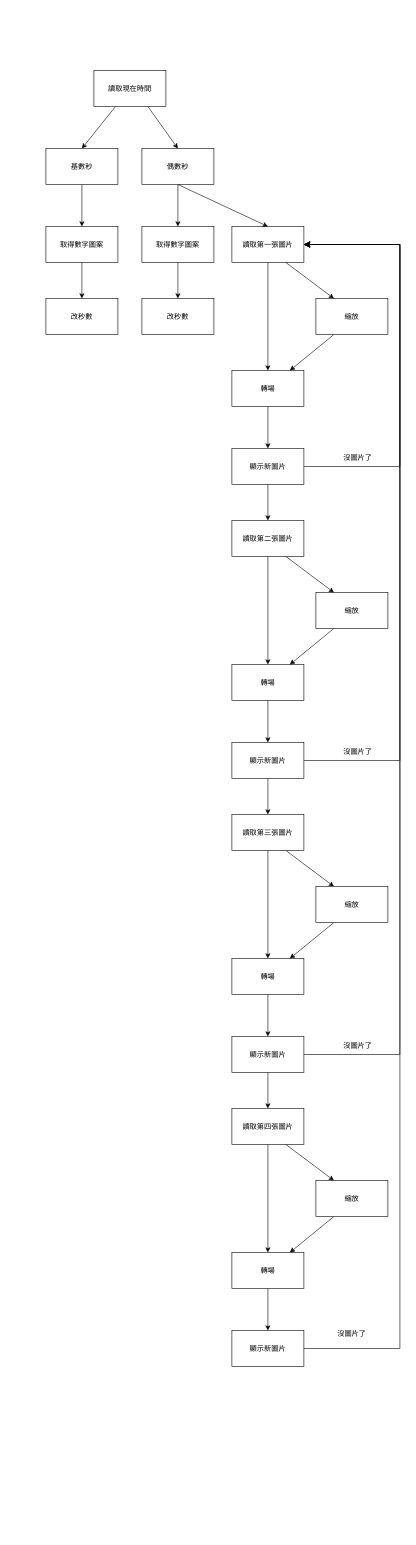
The draw.io diagram project3/flow_chart.drawio in guanyu0108/SOC, before the edit. Source tidied: cells renumbered, new cells numbered last; positions are measured from the earlier drawing's top-left corner, leaving out a move shared by most shapes. Both pictures are drawn from the tidied source at 60%, with x=0, y=0 at pixel (46, 70).
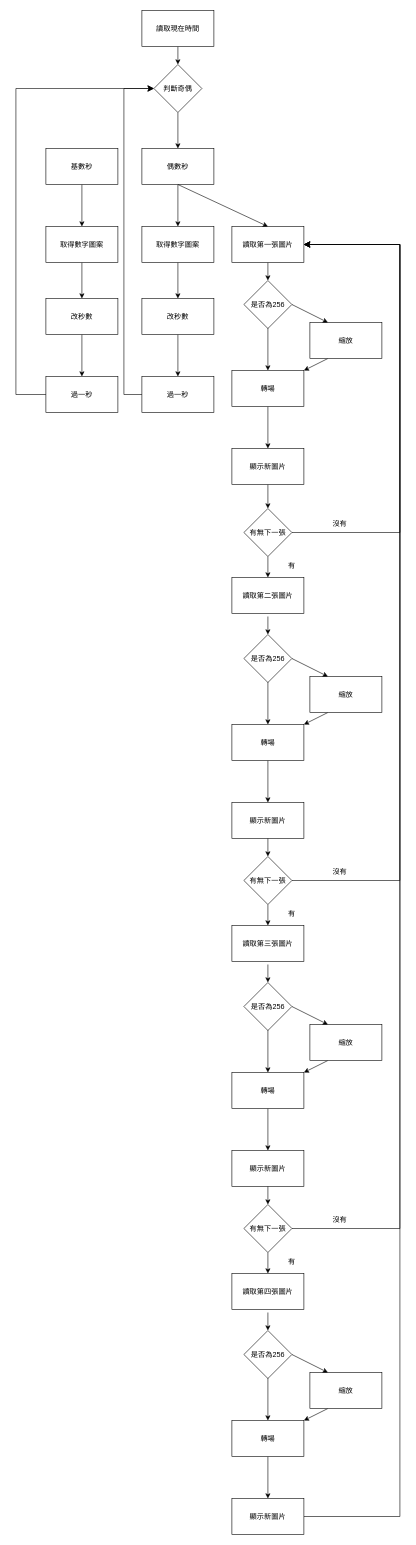
The same page after the edit.

Commit message:
flow chart

Unchanged cells that the change refers to:
```xml
<mxCell id="5" value="基數秒" style="rounded=0;whiteSpace=wrap;html=1;" parent="1" vertex="1">
  <mxGeometry y="130" width="120" height="60" as="geometry" />
</mxCell>
<mxCell id="9" value="偶數秒" style="rounded=0;whiteSpace=wrap;html=1;" parent="1" vertex="1">
  <mxGeometry x="160" y="130" width="120" height="60" as="geometry" />
</mxCell>
<mxCell id="11" value="改秒數" style="rounded=0;whiteSpace=wrap;html=1;" parent="1" vertex="1">
  <mxGeometry y="380" width="120" height="60" as="geometry" />
</mxCell>
<mxCell id="13" value="讀取第一張圖片" style="rounded=0;whiteSpace=wrap;html=1;" parent="1" vertex="1">
  <mxGeometry x="310" y="260" width="120" height="60" as="geometry" />
</mxCell>
<mxCell id="16" value="改秒數" style="rounded=0;whiteSpace=wrap;html=1;" parent="1" vertex="1">
  <mxGeometry x="160" y="380" width="120" height="60" as="geometry" />
</mxCell>
<mxCell id="19" value="轉場" style="rounded=0;whiteSpace=wrap;html=1;" parent="1" vertex="1">
  <mxGeometry x="310" y="500" width="120" height="60" as="geometry" />
</mxCell>
<mxCell id="24" value="顯示新圖片" style="rounded=0;whiteSpace=wrap;html=1;" parent="1" vertex="1">
  <mxGeometry x="310" y="630" width="120" height="60" as="geometry" />
</mxCell>
```

The edit, as a diff of the source:
```diff
@@
-    <mxCell id="2" style="edgeStyle=none;html=1;entryX=0.5;entryY=0;entryDx=0;entryDy=0;" parent="1" edge="1" source="3" target="5">
-      <mxGeometry relative="1" as="geometry" />
-    </mxCell>
+    <mxCell id="59" style="edgeStyle=none;html=1;" parent="1" edge="1" source="3" target="106">
+      <mxGeometry relative="1" as="geometry" />
+    </mxCell>
     <mxCell id="3" value="讀取現在時間" style="rounded=0;whiteSpace=wrap;html=1;" parent="1" vertex="1">
-      <mxGeometry x="80" width="120" height="60" as="geometry" />
+      <mxGeometry x="160" y="-100" width="120" height="60" as="geometry" />
     </mxCell>
@@
-    <mxCell id="10" style="edgeStyle=none;html=1;entryX=0.5;entryY=0;entryDx=0;entryDy=0;exitX=0.75;exitY=1;exitDx=0;exitDy=0;" parent="1" edge="1" source="3" target="9">
-      <mxGeometry relative="1" as="geometry" />
-    </mxCell>
+    <mxCell id="60" style="edgeStyle=none;html=1;" parent="1" edge="1" source="11" target="107">
+      <mxGeometry relative="1" as="geometry" />
+    </mxCell>
@@
-    <mxCell id="12" style="edgeStyle=none;html=1;" parent="1" edge="1" source="13" target="19">
-      <mxGeometry relative="1" as="geometry" />
+    <mxCell id="12" style="edgeStyle=none;html=1;" parent="1" edge="1" target="19">
+      <mxGeometry relative="1" as="geometry">
+        <mxPoint x="370" y="410" as="sourcePoint" />
+      </mxGeometry>
     </mxCell>
+    <mxCell id="61" style="edgeStyle=none;html=1;" parent="1" edge="1" source="13" target="67">
+      <mxGeometry relative="1" as="geometry" />
+    </mxCell>
@@
+    <mxCell id="62" style="edgeStyle=none;html=1;" parent="1" edge="1" source="16" target="108">
+      <mxGeometry relative="1" as="geometry" />
+    </mxCell>
@@
     <mxCell id="21" value="縮放" style="rounded=0;whiteSpace=wrap;html=1;" parent="1" vertex="1">
-      <mxGeometry x="450" y="380" width="120" height="60" as="geometry" />
+      <mxGeometry x="440" y="420" width="120" height="60" as="geometry" />
     </mxCell>
-    <mxCell id="22" style="edgeStyle=none;html=1;entryX=0.25;entryY=0;entryDx=0;entryDy=0;exitX=0.75;exitY=1;exitDx=0;exitDy=0;" parent="1" edge="1" source="13" target="21">
+    <mxCell id="22" style="edgeStyle=none;html=1;entryX=0.25;entryY=0;entryDx=0;entryDy=0;exitX=1;exitY=0.5;exitDx=0;exitDy=0;" parent="1" edge="1" source="67" target="21">
       <mxGeometry relative="1" as="geometry" />
     </mxCell>
-    <mxCell id="23" style="edgeStyle=none;html=1;" parent="1" edge="1" source="24" target="26">
+    <mxCell id="23" style="edgeStyle=none;html=1;entryX=0.5;entryY=0;entryDx=0;entryDy=0;" parent="1" edge="1" source="24" target="64">
       <mxGeometry relative="1" as="geometry" />
     </mxCell>
@@
-    <mxCell id="25" style="edgeStyle=none;html=1;" parent="1" edge="1" source="26" target="28">
-      <mxGeometry relative="1" as="geometry" />
-    </mxCell>
     <mxCell id="26" value="讀取第二張圖片" style="rounded=0;whiteSpace=wrap;html=1;" parent="1" vertex="1">
-      <mxGeometry x="310" y="750" width="120" height="60" as="geometry" />
+      <mxGeometry x="310" y="845" width="120" height="60" as="geometry" />
     </mxCell>
-    <mxCell id="27" style="edgeStyle=none;html=1;" parent="1" edge="1" source="28" target="32">
-      <mxGeometry relative="1" as="geometry" />
-    </mxCell>
-    <mxCell id="28" value="轉場" style="rounded=0;whiteSpace=wrap;html=1;" parent="1" vertex="1">
-      <mxGeometry x="310" y="990" width="120" height="60" as="geometry" />
-    </mxCell>
-    <mxCell id="29" style="edgeStyle=none;html=1;exitX=0.25;exitY=1;exitDx=0;exitDy=0;" parent="1" edge="1" source="30" target="28">
-      <mxGeometry relative="1" as="geometry" />
-    </mxCell>
-    <mxCell id="30" value="縮放" style="rounded=0;whiteSpace=wrap;html=1;" parent="1" vertex="1">
-      <mxGeometry x="450" y="870" width="120" height="60" as="geometry" />
-    </mxCell>
-    <mxCell id="31" style="edgeStyle=none;html=1;entryX=0.25;entryY=0;entryDx=0;entryDy=0;exitX=0.75;exitY=1;exitDx=0;exitDy=0;" parent="1" edge="1" source="26" target="30">
-      <mxGeometry relative="1" as="geometry" />
-    </mxCell>
-    <mxCell id="32" value="顯示新圖片" style="rounded=0;whiteSpace=wrap;html=1;" parent="1" vertex="1">
-      <mxGeometry x="310" y="1120" width="120" height="60" as="geometry" />
-    </mxCell>
-    <mxCell id="33" style="edgeStyle=none;html=1;" parent="1" edge="1" target="35">
-      <mxGeometry relative="1" as="geometry">
-        <mxPoint x="370" y="1180" as="sourcePoint" />
-      </mxGeometry>
-    </mxCell>
-    <mxCell id="34" style="edgeStyle=none;html=1;" parent="1" edge="1" source="35" target="37">
-      <mxGeometry relative="1" as="geometry" />
-    </mxCell>
-    <mxCell id="35" value="讀取第三張圖片" style="rounded=0;whiteSpace=wrap;html=1;" parent="1" vertex="1">
-      <mxGeometry x="310" y="1240" width="120" height="60" as="geometry" />
-    </mxCell>
-    <mxCell id="36" style="edgeStyle=none;html=1;" parent="1" edge="1" source="37" target="41">
-      <mxGeometry relative="1" as="geometry" />
-    </mxCell>
-    <mxCell id="37" value="轉場" style="rounded=0;whiteSpace=wrap;html=1;" parent="1" vertex="1">
-      <mxGeometry x="310" y="1480" width="120" height="60" as="geometry" />
-    </mxCell>
-    <mxCell id="38" style="edgeStyle=none;html=1;exitX=0.25;exitY=1;exitDx=0;exitDy=0;" parent="1" edge="1" source="39" target="37">
-      <mxGeometry relative="1" as="geometry" />
-    </mxCell>
-    <mxCell id="39" value="縮放" style="rounded=0;whiteSpace=wrap;html=1;" parent="1" vertex="1">
-      <mxGeometry x="450" y="1360" width="120" height="60" as="geometry" />
-    </mxCell>
-    <mxCell id="40" style="edgeStyle=none;html=1;entryX=0.25;entryY=0;entryDx=0;entryDy=0;exitX=0.75;exitY=1;exitDx=0;exitDy=0;" parent="1" edge="1" source="35" target="39">
-      <mxGeometry relative="1" as="geometry" />
-    </mxCell>
-    <mxCell id="41" value="顯示新圖片" style="rounded=0;whiteSpace=wrap;html=1;" parent="1" vertex="1">
-      <mxGeometry x="310" y="1610" width="120" height="60" as="geometry" />
-    </mxCell>
-    <mxCell id="42" style="edgeStyle=none;html=1;" parent="1" edge="1" target="44">
-      <mxGeometry relative="1" as="geometry">
-        <mxPoint x="370" y="1670" as="sourcePoint" />
-      </mxGeometry>
-    </mxCell>
-    <mxCell id="43" style="edgeStyle=none;html=1;" parent="1" edge="1" source="44" target="46">
-      <mxGeometry relative="1" as="geometry" />
-    </mxCell>
-    <mxCell id="44" value="讀取第四張圖片" style="rounded=0;whiteSpace=wrap;html=1;" parent="1" vertex="1">
-      <mxGeometry x="310" y="1730" width="120" height="60" as="geometry" />
-    </mxCell>
-    <mxCell id="45" style="edgeStyle=none;html=1;" parent="1" edge="1" source="46" target="50">
-      <mxGeometry relative="1" as="geometry" />
-    </mxCell>
-    <mxCell id="46" value="轉場" style="rounded=0;whiteSpace=wrap;html=1;" parent="1" vertex="1">
-      <mxGeometry x="310" y="1970" width="120" height="60" as="geometry" />
-    </mxCell>
-    <mxCell id="47" style="edgeStyle=none;html=1;exitX=0.25;exitY=1;exitDx=0;exitDy=0;" parent="1" edge="1" source="48" target="46">
-      <mxGeometry relative="1" as="geometry" />
-    </mxCell>
-    <mxCell id="48" value="縮放" style="rounded=0;whiteSpace=wrap;html=1;" parent="1" vertex="1">
-      <mxGeometry x="450" y="1850" width="120" height="60" as="geometry" />
-    </mxCell>
-    <mxCell id="49" style="edgeStyle=none;html=1;entryX=0.25;entryY=0;entryDx=0;entryDy=0;exitX=0.75;exitY=1;exitDx=0;exitDy=0;" parent="1" edge="1" source="44" target="48">
-      <mxGeometry relative="1" as="geometry" />
-    </mxCell>
-    <mxCell id="50" value="顯示新圖片" style="rounded=0;whiteSpace=wrap;html=1;" parent="1" vertex="1">
-      <mxGeometry x="310" y="2100" width="120" height="60" as="geometry" />
-    </mxCell>
-    <mxCell id="51" style="edgeStyle=elbowEdgeStyle;elbow=horizontal;endArrow=classic;html=1;curved=0;rounded=0;endSize=8;startSize=8;entryX=1;entryY=0.5;entryDx=0;entryDy=0;" parent="1" edge="1" target="13">
+    <mxCell id="51" style="edgeStyle=elbowEdgeStyle;elbow=horizontal;endArrow=classic;html=1;curved=0;rounded=0;endSize=8;startSize=8;entryX=1;entryY=0.5;entryDx=0;entryDy=0;exitX=1;exitY=0.5;exitDx=0;exitDy=0;" parent="1" edge="1" source="64" target="13">
       <mxGeometry relative="1" as="geometry">
-        <mxPoint x="430" y="660" as="sourcePoint" />
         <Array as="points">
+          <mxPoint x="590" y="520" />
           <mxPoint x="590" y="470" />
         </Array>
       </mxGeometry>
     </mxCell>
-    <mxCell id="52" value="沒圖片了" style="text;html=1;strokeColor=none;fillColor=none;align=center;verticalAlign=middle;whiteSpace=wrap;rounded=0;" parent="1" vertex="1">
-      <mxGeometry x="490" y="630" width="60" height="30" as="geometry" />
-    </mxCell>
-    <mxCell id="53" style="edgeStyle=elbowEdgeStyle;elbow=horizontal;endArrow=classic;html=1;curved=0;rounded=0;endSize=8;startSize=8;entryX=1;entryY=0.5;entryDx=0;entryDy=0;exitX=1;exitY=0.5;exitDx=0;exitDy=0;" parent="1" edge="1" source="32">
+    <mxCell id="53" style="edgeStyle=elbowEdgeStyle;elbow=horizontal;endArrow=classic;html=1;curved=0;rounded=0;endSize=8;startSize=8;entryX=1;entryY=0.5;entryDx=0;entryDy=0;" parent="1" edge="1" source="79">
       <mxGeometry relative="1" as="geometry">
         <mxPoint x="430" y="290" as="targetPoint" />
         <Array as="points">
           <mxPoint x="590" y="470" />
         </Array>
       </mxGeometry>
     </mxCell>
-    <mxCell id="54" style="edgeStyle=elbowEdgeStyle;elbow=horizontal;endArrow=classic;html=1;curved=0;rounded=0;endSize=8;startSize=8;entryX=1;entryY=0.5;entryDx=0;entryDy=0;exitX=1;exitY=0.5;exitDx=0;exitDy=0;" parent="1" edge="1" source="41">
+    <mxCell id="54" style="edgeStyle=elbowEdgeStyle;elbow=horizontal;endArrow=classic;html=1;curved=0;rounded=0;endSize=8;startSize=8;entryX=1;entryY=0.5;entryDx=0;entryDy=0;exitX=1;exitY=0.5;exitDx=0;exitDy=0;" parent="1" edge="1" source="103">
       <mxGeometry relative="1" as="geometry">
         <mxPoint x="430" y="290" as="targetPoint" />
         <Array as="points">
           <mxPoint x="590" y="470" />
         </Array>
       </mxGeometry>
     </mxCell>
-    <mxCell id="55" style="edgeStyle=elbowEdgeStyle;elbow=horizontal;endArrow=classic;html=1;curved=0;rounded=0;endSize=8;startSize=8;entryX=1;entryY=0.5;entryDx=0;entryDy=0;exitX=1;exitY=0.5;exitDx=0;exitDy=0;" parent="1" edge="1" source="50">
+    <mxCell id="55" style="edgeStyle=elbowEdgeStyle;elbow=horizontal;endArrow=classic;html=1;curved=0;rounded=0;endSize=8;startSize=8;entryX=1;entryY=0.5;entryDx=0;entryDy=0;exitX=1;exitY=0.5;exitDx=0;exitDy=0;" parent="1" edge="1" source="93">
       <mxGeometry relative="1" as="geometry">
         <mxPoint x="430" y="290" as="targetPoint" />
         <Array as="points">
           <mxPoint x="590" y="470" />
         </Array>
       </mxGeometry>
     </mxCell>
-    <mxCell id="56" value="沒圖片了" style="text;html=1;strokeColor=none;fillColor=none;align=center;verticalAlign=middle;whiteSpace=wrap;rounded=0;" parent="1" vertex="1">
-      <mxGeometry x="490" y="1120" width="60" height="30" as="geometry" />
-    </mxCell>
-    <mxCell id="57" value="沒圖片了" style="text;html=1;strokeColor=none;fillColor=none;align=center;verticalAlign=middle;whiteSpace=wrap;rounded=0;" parent="1" vertex="1">
-      <mxGeometry x="490" y="1610" width="60" height="30" as="geometry" />
-    </mxCell>
-    <mxCell id="58" value="沒圖片了" style="text;html=1;strokeColor=none;fillColor=none;align=center;verticalAlign=middle;whiteSpace=wrap;rounded=0;" parent="1" vertex="1">
-      <mxGeometry x="480" y="2090" width="60" height="30" as="geometry" />
-    </mxCell>
+    <mxCell id="63" style="edgeStyle=none;html=1;" parent="1" edge="1" source="64" target="26">
+      <mxGeometry relative="1" as="geometry" />
+    </mxCell>
+    <mxCell id="64" value="有無下一張" style="rhombus;whiteSpace=wrap;html=1;" parent="1" vertex="1">
+      <mxGeometry x="330" y="730" width="80" height="80" as="geometry" />
+    </mxCell>
+    <mxCell id="65" value="沒有" style="text;html=1;strokeColor=none;fillColor=none;align=center;verticalAlign=middle;whiteSpace=wrap;rounded=0;" parent="1" vertex="1">
+      <mxGeometry x="460" y="740" width="60" height="30" as="geometry" />
+    </mxCell>
+    <mxCell id="66" value="有" style="text;html=1;strokeColor=none;fillColor=none;align=center;verticalAlign=middle;whiteSpace=wrap;rounded=0;" parent="1" vertex="1">
+      <mxGeometry x="380" y="810" width="60" height="30" as="geometry" />
+    </mxCell>
+    <mxCell id="67" value="是否為256" style="rhombus;whiteSpace=wrap;html=1;" parent="1" vertex="1">
+      <mxGeometry x="330" y="350" width="80" height="80" as="geometry" />
+    </mxCell>
+    <mxCell id="68" style="edgeStyle=none;html=1;" parent="1" edge="1" target="71">
+      <mxGeometry relative="1" as="geometry">
+        <mxPoint x="370" y="1000" as="sourcePoint" />
+      </mxGeometry>
+    </mxCell>
+    <mxCell id="69" style="edgeStyle=none;html=1;" parent="1" edge="1" target="76">
+      <mxGeometry relative="1" as="geometry">
+        <mxPoint x="370" y="910" as="sourcePoint" />
+      </mxGeometry>
+    </mxCell>
+    <mxCell id="70" style="edgeStyle=none;html=1;" parent="1" edge="1" source="71" target="75">
+      <mxGeometry relative="1" as="geometry" />
+    </mxCell>
+    <mxCell id="71" value="轉場" style="rounded=0;whiteSpace=wrap;html=1;" parent="1" vertex="1">
+      <mxGeometry x="310" y="1090" width="120" height="60" as="geometry" />
+    </mxCell>
+    <mxCell id="72" style="edgeStyle=none;html=1;exitX=0.25;exitY=1;exitDx=0;exitDy=0;" parent="1" edge="1" source="73" target="71">
+      <mxGeometry relative="1" as="geometry" />
+    </mxCell>
+    <mxCell id="73" value="縮放" style="rounded=0;whiteSpace=wrap;html=1;" parent="1" vertex="1">
+      <mxGeometry x="440" y="1010" width="120" height="60" as="geometry" />
+    </mxCell>
+    <mxCell id="74" style="edgeStyle=none;html=1;entryX=0.25;entryY=0;entryDx=0;entryDy=0;exitX=1;exitY=0.5;exitDx=0;exitDy=0;" parent="1" edge="1" source="76" target="73">
+      <mxGeometry relative="1" as="geometry" />
+    </mxCell>
+    <mxCell id="75" value="顯示新圖片" style="rounded=0;whiteSpace=wrap;html=1;" parent="1" vertex="1">
+      <mxGeometry x="310" y="1220" width="120" height="60" as="geometry" />
+    </mxCell>
+    <mxCell id="76" value="是否為256" style="rhombus;whiteSpace=wrap;html=1;" parent="1" vertex="1">
+      <mxGeometry x="330" y="940" width="80" height="80" as="geometry" />
+    </mxCell>
+    <mxCell id="77" style="edgeStyle=none;html=1;" parent="1" edge="1">
+      <mxGeometry relative="1" as="geometry">
+        <mxPoint x="370" y="1280" as="sourcePoint" />
+        <mxPoint x="370" y="1310" as="targetPoint" />
+      </mxGeometry>
+    </mxCell>
+    <mxCell id="35" value="讀取第三張圖片" style="rounded=0;whiteSpace=wrap;html=1;" parent="1" vertex="1">
+      <mxGeometry x="310" y="1425" width="120" height="60" as="geometry" />
+    </mxCell>
+    <mxCell id="78" style="edgeStyle=none;html=1;" parent="1" edge="1" source="79" target="35">
+      <mxGeometry relative="1" as="geometry" />
+    </mxCell>
+    <mxCell id="79" value="有無下一張" style="rhombus;whiteSpace=wrap;html=1;" parent="1" vertex="1">
+      <mxGeometry x="330" y="1310" width="80" height="80" as="geometry" />
+    </mxCell>
+    <mxCell id="80" value="沒有" style="text;html=1;strokeColor=none;fillColor=none;align=center;verticalAlign=middle;whiteSpace=wrap;rounded=0;" parent="1" vertex="1">
+      <mxGeometry x="460" y="1320" width="60" height="30" as="geometry" />
+    </mxCell>
+    <mxCell id="81" value="有" style="text;html=1;strokeColor=none;fillColor=none;align=center;verticalAlign=middle;whiteSpace=wrap;rounded=0;" parent="1" vertex="1">
+      <mxGeometry x="380" y="1390" width="60" height="30" as="geometry" />
+    </mxCell>
+    <mxCell id="82" style="edgeStyle=none;html=1;" parent="1" edge="1" target="85">
+      <mxGeometry relative="1" as="geometry">
+        <mxPoint x="370" y="1580" as="sourcePoint" />
+      </mxGeometry>
+    </mxCell>
+    <mxCell id="83" style="edgeStyle=none;html=1;" parent="1" edge="1" target="90">
+      <mxGeometry relative="1" as="geometry">
+        <mxPoint x="370" y="1490" as="sourcePoint" />
+      </mxGeometry>
+    </mxCell>
+    <mxCell id="84" style="edgeStyle=none;html=1;" parent="1" edge="1" source="85" target="89">
+      <mxGeometry relative="1" as="geometry" />
+    </mxCell>
+    <mxCell id="85" value="轉場" style="rounded=0;whiteSpace=wrap;html=1;" parent="1" vertex="1">
+      <mxGeometry x="310" y="1670" width="120" height="60" as="geometry" />
+    </mxCell>
+    <mxCell id="86" style="edgeStyle=none;html=1;exitX=0.25;exitY=1;exitDx=0;exitDy=0;" parent="1" edge="1" source="87" target="85">
+      <mxGeometry relative="1" as="geometry" />
+    </mxCell>
+    <mxCell id="87" value="縮放" style="rounded=0;whiteSpace=wrap;html=1;" parent="1" vertex="1">
+      <mxGeometry x="440" y="1590" width="120" height="60" as="geometry" />
+    </mxCell>
+    <mxCell id="88" style="edgeStyle=none;html=1;entryX=0.25;entryY=0;entryDx=0;entryDy=0;exitX=1;exitY=0.5;exitDx=0;exitDy=0;" parent="1" edge="1" source="90" target="87">
+      <mxGeometry relative="1" as="geometry" />
+    </mxCell>
+    <mxCell id="89" value="顯示新圖片" style="rounded=0;whiteSpace=wrap;html=1;" parent="1" vertex="1">
+      <mxGeometry x="310" y="1800" width="120" height="60" as="geometry" />
+    </mxCell>
+    <mxCell id="90" value="是否為256" style="rhombus;whiteSpace=wrap;html=1;" parent="1" vertex="1">
+      <mxGeometry x="330" y="1520" width="80" height="80" as="geometry" />
+    </mxCell>
+    <mxCell id="91" style="edgeStyle=none;html=1;" parent="1" edge="1">
+      <mxGeometry relative="1" as="geometry">
+        <mxPoint x="370" y="1860" as="sourcePoint" />
+        <mxPoint x="370" y="1890" as="targetPoint" />
+      </mxGeometry>
+    </mxCell>
+    <mxCell id="44" value="讀取第四張圖片" style="rounded=0;whiteSpace=wrap;html=1;" parent="1" vertex="1">
+      <mxGeometry x="310" y="2005" width="120" height="60" as="geometry" />
+    </mxCell>
+    <mxCell id="92" style="edgeStyle=none;html=1;" parent="1" edge="1" source="93" target="44">
+      <mxGeometry relative="1" as="geometry" />
+    </mxCell>
+    <mxCell id="93" value="有無下一張" style="rhombus;whiteSpace=wrap;html=1;" parent="1" vertex="1">
+      <mxGeometry x="330" y="1890" width="80" height="80" as="geometry" />
+    </mxCell>
+    <mxCell id="94" value="沒有" style="text;html=1;strokeColor=none;fillColor=none;align=center;verticalAlign=middle;whiteSpace=wrap;rounded=0;" parent="1" vertex="1">
+      <mxGeometry x="460" y="1900" width="60" height="30" as="geometry" />
+    </mxCell>
+    <mxCell id="95" value="有" style="text;html=1;strokeColor=none;fillColor=none;align=center;verticalAlign=middle;whiteSpace=wrap;rounded=0;" parent="1" vertex="1">
+      <mxGeometry x="380" y="1970" width="60" height="30" as="geometry" />
+    </mxCell>
+    <mxCell id="96" style="edgeStyle=none;html=1;" parent="1" edge="1" target="99">
+      <mxGeometry relative="1" as="geometry">
+        <mxPoint x="370" y="2160" as="sourcePoint" />
+      </mxGeometry>
+    </mxCell>
+    <mxCell id="97" style="edgeStyle=none;html=1;" parent="1" edge="1" target="104">
+      <mxGeometry relative="1" as="geometry">
+        <mxPoint x="370" y="2070" as="sourcePoint" />
+      </mxGeometry>
+    </mxCell>
+    <mxCell id="98" style="edgeStyle=none;html=1;" parent="1" edge="1" source="99" target="103">
+      <mxGeometry relative="1" as="geometry" />
+    </mxCell>
+    <mxCell id="99" value="轉場" style="rounded=0;whiteSpace=wrap;html=1;" parent="1" vertex="1">
+      <mxGeometry x="310" y="2250" width="120" height="60" as="geometry" />
+    </mxCell>
+    <mxCell id="100" style="edgeStyle=none;html=1;exitX=0.25;exitY=1;exitDx=0;exitDy=0;" parent="1" edge="1" source="101" target="99">
+      <mxGeometry relative="1" as="geometry" />
+    </mxCell>
+    <mxCell id="101" value="縮放" style="rounded=0;whiteSpace=wrap;html=1;" parent="1" vertex="1">
+      <mxGeometry x="440" y="2170" width="120" height="60" as="geometry" />
+    </mxCell>
+    <mxCell id="102" style="edgeStyle=none;html=1;entryX=0.25;entryY=0;entryDx=0;entryDy=0;exitX=1;exitY=0.5;exitDx=0;exitDy=0;" parent="1" edge="1" source="104" target="101">
+      <mxGeometry relative="1" as="geometry" />
+    </mxCell>
+    <mxCell id="103" value="顯示新圖片" style="rounded=0;whiteSpace=wrap;html=1;" parent="1" vertex="1">
+      <mxGeometry x="310" y="2380" width="120" height="60" as="geometry" />
+    </mxCell>
+    <mxCell id="104" value="是否為256" style="rhombus;whiteSpace=wrap;html=1;" parent="1" vertex="1">
+      <mxGeometry x="330" y="2100" width="80" height="80" as="geometry" />
+    </mxCell>
+    <mxCell id="105" style="edgeStyle=none;html=1;" parent="1" edge="1" source="106" target="9">
+      <mxGeometry relative="1" as="geometry" />
+    </mxCell>
+    <mxCell id="106" value="判斷奇偶" style="rhombus;whiteSpace=wrap;html=1;" parent="1" vertex="1">
+      <mxGeometry x="180" y="-10" width="80" height="80" as="geometry" />
+    </mxCell>
+    <mxCell id="107" value="過一秒" style="rounded=0;whiteSpace=wrap;html=1;" parent="1" vertex="1">
+      <mxGeometry y="510" width="120" height="60" as="geometry" />
+    </mxCell>
+    <mxCell id="108" value="過一秒" style="rounded=0;whiteSpace=wrap;html=1;" parent="1" vertex="1">
+      <mxGeometry x="160" y="510" width="120" height="60" as="geometry" />
+    </mxCell>
+    <mxCell id="109" style="edgeStyle=elbowEdgeStyle;elbow=horizontal;endArrow=classic;html=1;curved=0;rounded=0;endSize=8;startSize=8;exitX=0;exitY=0.5;exitDx=0;exitDy=0;entryX=0;entryY=0.5;entryDx=0;entryDy=0;" parent="1" edge="1" source="107" target="106">
+      <mxGeometry relative="1" as="geometry">
+        <Array as="points">
+          <mxPoint x="-50" y="280" />
+        </Array>
+      </mxGeometry>
+    </mxCell>
+    <mxCell id="110" style="edgeStyle=elbowEdgeStyle;elbow=horizontal;endArrow=classic;html=1;curved=0;rounded=0;endSize=8;startSize=8;exitX=0;exitY=0.5;exitDx=0;exitDy=0;entryX=0;entryY=0.5;entryDx=0;entryDy=0;" parent="1" edge="1" source="108">
+      <mxGeometry relative="1" as="geometry">
+        <mxPoint x="180" y="30" as="targetPoint" />
+        <Array as="points">
+          <mxPoint x="130" y="290" />
+        </Array>
+      </mxGeometry>
+    </mxCell>
```
